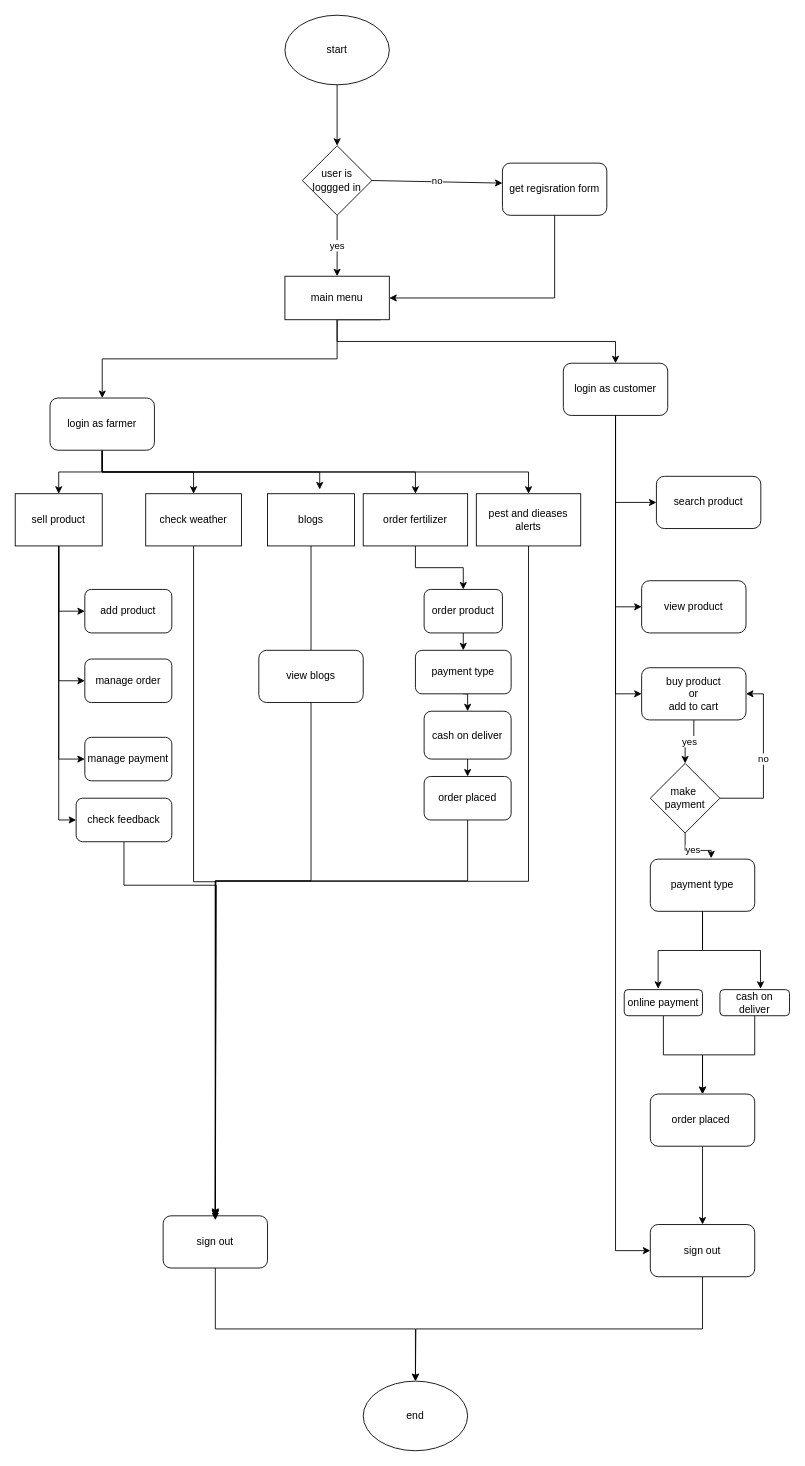
Samuelmbuthia/mkulima-bora keeps this draw.io diagram as models/flowchart.drawio. Above is the earlier version. Source tidied: cells renumbered, new cells numbered last; positions are measured from the earlier drawing's top-left corner, leaving out a move shared by most shapes. Both pictures are drawn from the tidied source at 87%, with x=0, y=0 at pixel (15, 15).
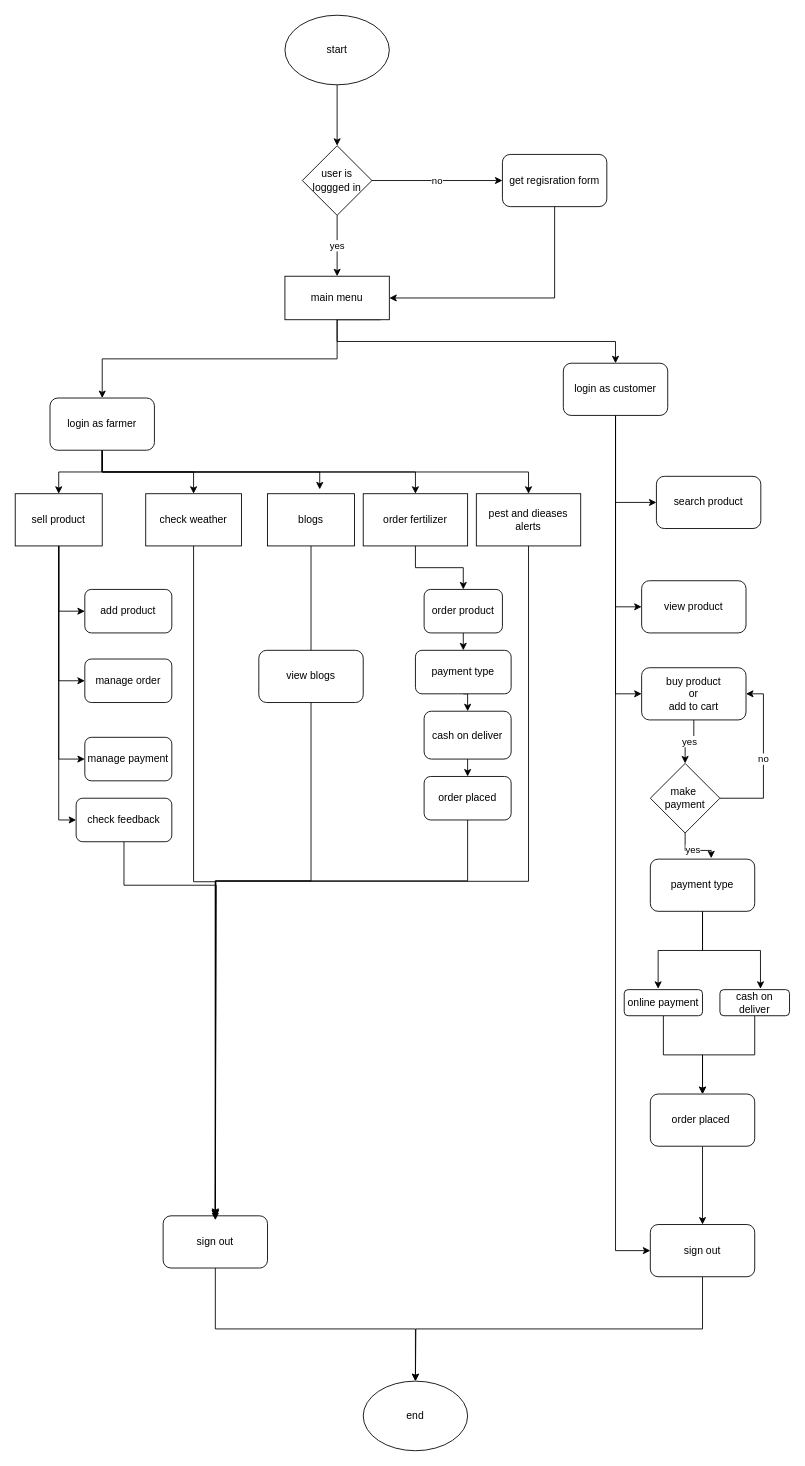
The same page after the edit.

Unchanged cells that the change refers to:
```xml
<mxCell id="4" value="user is loggged in" style="rhombus;whiteSpace=wrap;html=1;" parent="1" vertex="1">
  <mxGeometry x="330" y="150" width="80" height="80" as="geometry" />
</mxCell>
```

What changed in the source:
```diff
@@
     <mxCell id="6" value="get regisration form" style="rounded=1;whiteSpace=wrap;html=1;" parent="1" vertex="1">
-      <mxGeometry x="560" y="170" width="120" height="60" as="geometry" />
+      <mxGeometry x="560" y="160" width="120" height="60" as="geometry" />
     </mxCell>
@@
-    <mxCell id="8" value="no" style="endArrow=classic;html=1;rounded=0;exitX=1;exitY=0.5;exitDx=0;exitDy=0;entryX=0;entryY=0.383;entryDx=0;entryDy=0;entryPerimeter=0;" parent="1" edge="1" source="4" target="6">
+    <mxCell id="8" value="no" style="endArrow=classic;html=1;rounded=0;exitX=1;exitY=0.5;exitDx=0;exitDy=0;entryX=0;entryY=0.5;entryDx=0;entryDy=0;" parent="1" edge="1" source="4" target="6">
       <mxGeometry relative="1" as="geometry" />
     </mxCell>
```
